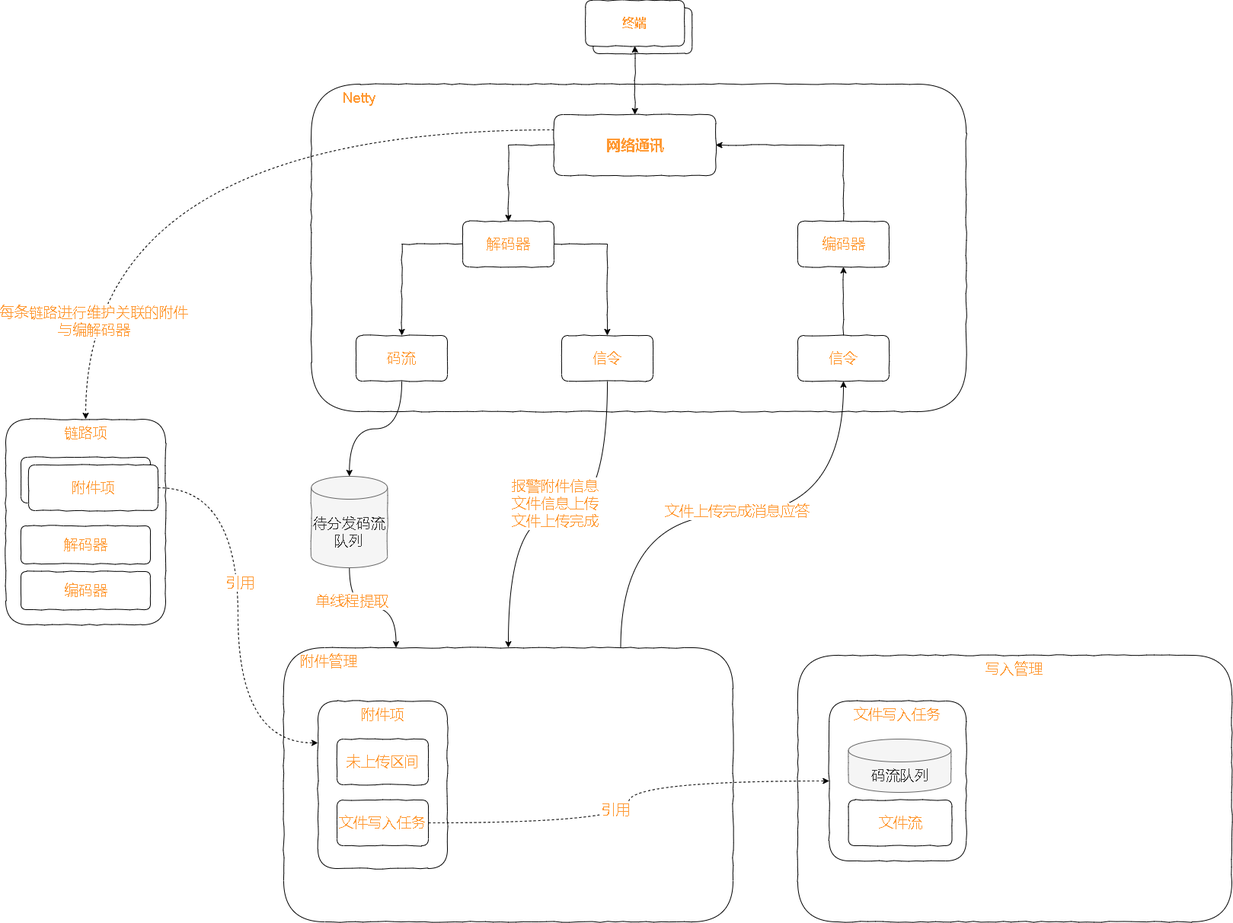
Before: test.drawio.png, a diagram exported from draw.io (xktder/draw). Source tidied: cells renumbered, new cells last; positions are measured from the earlier drawing's top-left corner, leaving out a move shared by most shapes.
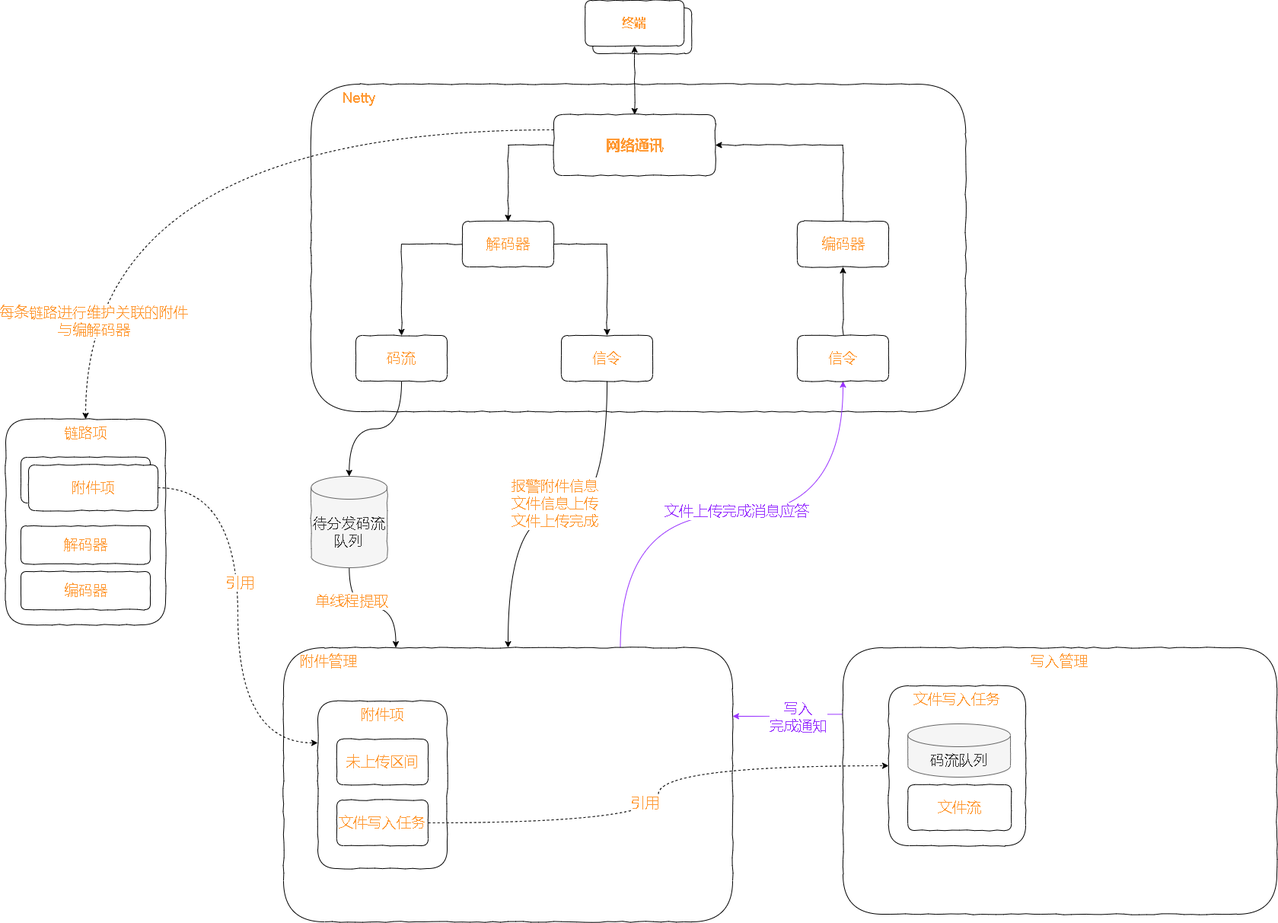
Above is the later version.

Diff of the diagram source:
```diff
@@ -5,13 +5,21 @@
     <mxCell id="2" value="&amp;nbsp; &amp;nbsp; &amp;nbsp; &amp;nbsp; Netty" style="rounded=1;whiteSpace=wrap;html=1;comic=1;fontSize=19;fontColor=#FF9933;strokeColor=default;gradientColor=none;verticalAlign=top;align=left;" parent="1" vertex="1">
       <mxGeometry x="401.2" y="110" width="860" height="430" as="geometry" />
     </mxCell>
+    <mxCell id="49" style="edgeStyle=orthogonalEdgeStyle;curved=1;rounded=0;comic=0;jettySize=auto;html=1;exitX=0;exitY=0.25;exitDx=0;exitDy=0;entryX=1;entryY=0.25;entryDx=0;entryDy=0;fontSize=19;fontColor=#FF9933;startArrow=none;startFill=0;endArrow=classic;endFill=1;strokeColor=#9933FF;" parent="1" edge="1" source="3" target="6">
+      <mxGeometry relative="1" as="geometry" />
+    </mxCell>
+    <mxCell id="50" value="写入&lt;br&gt;完成通知" style="edgeLabel;html=1;align=center;verticalAlign=middle;fontSize=19;fontColor=#9933FF;" parent="49" vertex="1">
+      <mxGeometry x="-0.22" y="-1" relative="1" as="geometry">
+        <mxPoint x="-2" y="4" as="offset" />
+      </mxGeometry>
+    </mxCell>
     <mxCell id="3" value="写入管理" style="rounded=1;whiteSpace=wrap;html=1;comic=1;fontSize=19;fontColor=#FF9933;strokeColor=default;gradientColor=none;verticalAlign=top;" parent="1" vertex="1">
-      <mxGeometry x="1040" y="860" width="570" height="350" as="geometry" />
+      <mxGeometry x="1100" y="850" width="570" height="350" as="geometry" />
     </mxCell>
-    <mxCell id="4" style="edgeStyle=orthogonalEdgeStyle;curved=1;rounded=0;comic=0;jettySize=auto;html=1;exitX=0.75;exitY=0;exitDx=0;exitDy=0;entryX=0.5;entryY=1;entryDx=0;entryDy=0;fontSize=19;fontColor=#FF9933;startArrow=none;startFill=0;endArrow=classic;endFill=1;" parent="1" edge="1" source="6" target="26">
+    <mxCell id="4" style="edgeStyle=orthogonalEdgeStyle;curved=1;rounded=0;comic=0;jettySize=auto;html=1;exitX=0.75;exitY=0;exitDx=0;exitDy=0;entryX=0.5;entryY=1;entryDx=0;entryDy=0;fontSize=19;fontColor=#FF9933;startArrow=none;startFill=0;endArrow=classic;endFill=1;strokeColor=#9933FF;" parent="1" edge="1" source="6" target="26">
       <mxGeometry relative="1" as="geometry" />
     </mxCell>
-    <mxCell id="5" value="文件上传完成消息应答" style="edgeLabel;html=1;align=center;verticalAlign=middle;fontSize=19;fontColor=#FF9933;" parent="4" vertex="1">
+    <mxCell id="5" value="文件上传完成消息应答" style="edgeLabel;html=1;align=center;verticalAlign=middle;fontSize=19;fontColor=#9933FF;" parent="4" vertex="1">
       <mxGeometry x="-0.11" y="-8" relative="1" as="geometry">
         <mxPoint x="41" y="-13" as="offset" />
       </mxGeometry>
@@ -132,7 +140,7 @@
       <mxGeometry x="-0.16" y="2" relative="1" as="geometry" />
     </mxCell>
     <mxCell id="43" style="group;" parent="1" vertex="1">
-      <mxGeometry x="1081.2" y="920" width="180" height="210" as="geometry" />
+      <mxGeometry x="1160" y="900" width="180" height="210" as="geometry" />
     </mxCell>
     <mxCell id="44" value="文件写入任务" style="rounded=1;whiteSpace=wrap;html=1;comic=1;fontSize=19;fontColor=#FF9933;strokeColor=default;gradientColor=none;verticalAlign=top;" parent="43" vertex="1">
       <mxGeometry width="180" height="210" as="geometry" />
```
